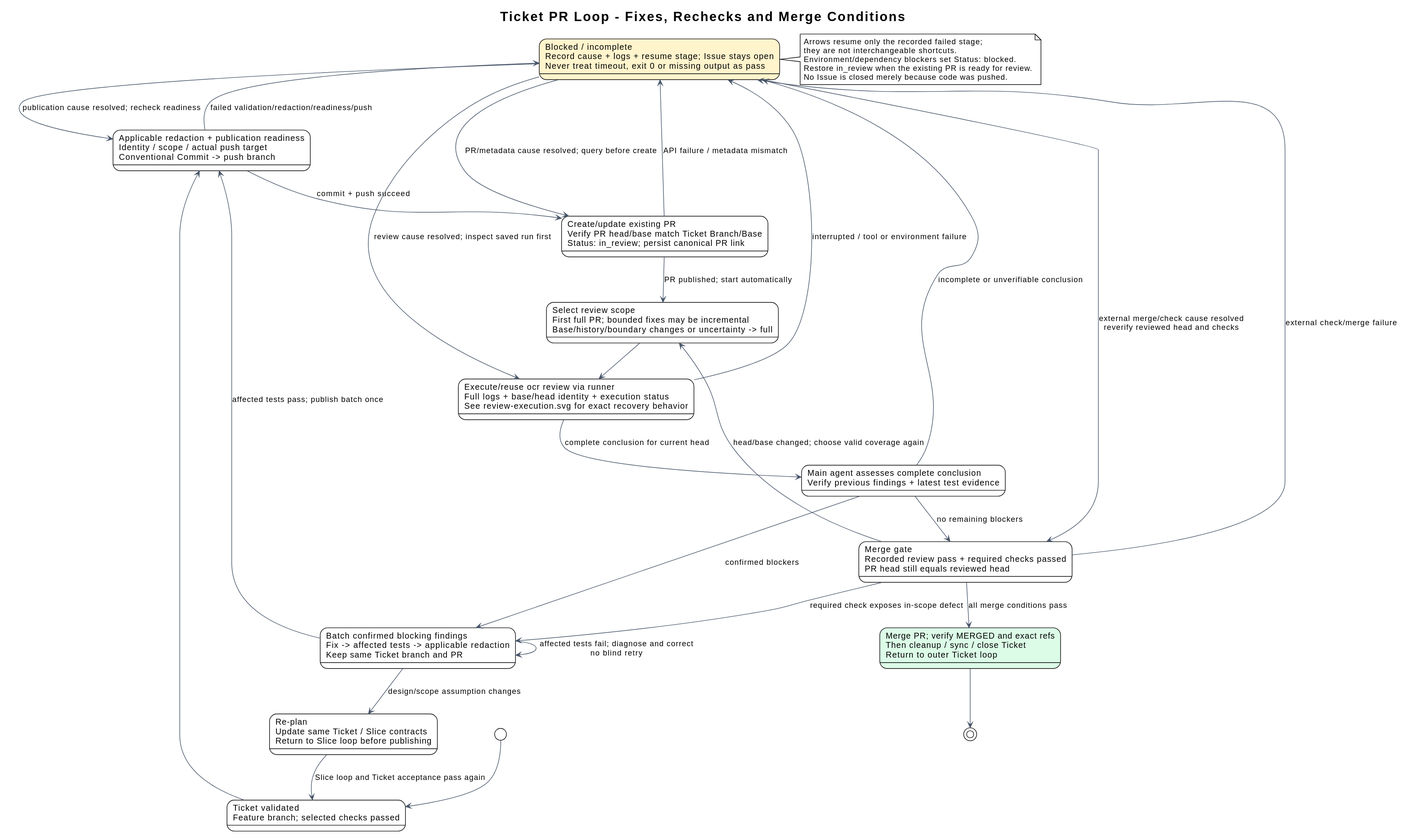
Above: docs/diagrams/ticket-review-loop.svg in i-zrhe2016/codex-development-workflow (PlantUML), before the change.
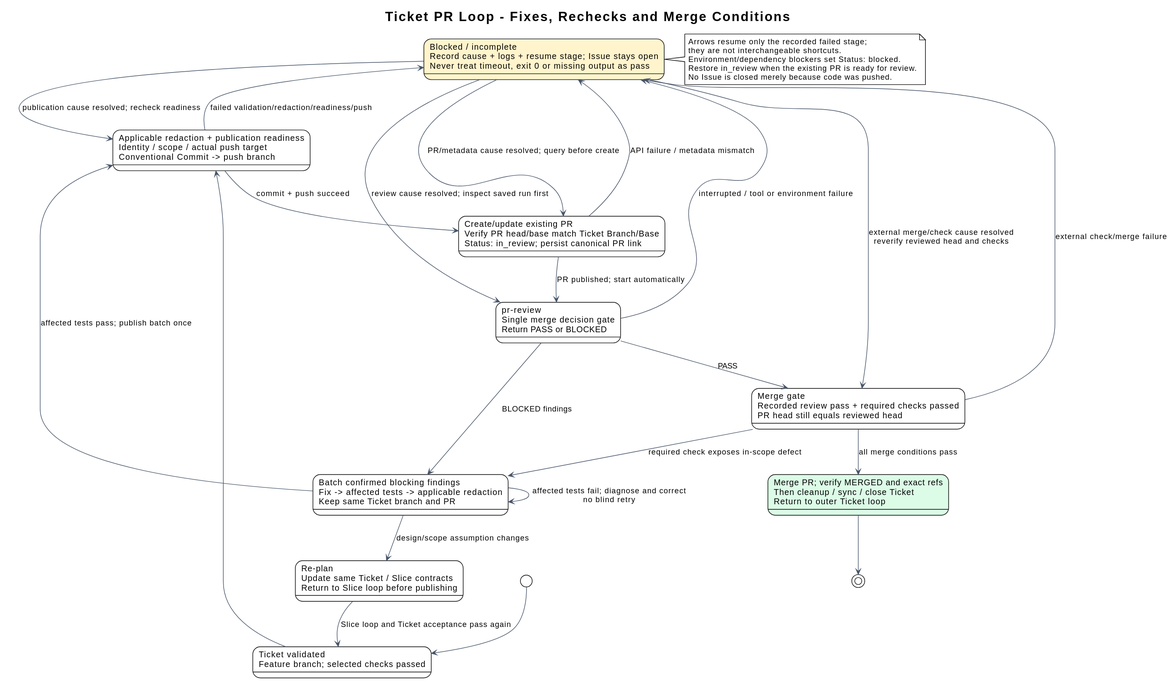
The same file after the commit.

Change to the diagram source:
```diff
@@ -8,9 +8,7 @@
 state "Ticket validated\nFeature branch; selected checks passed" as ready
 state "Applicable redaction + publication readiness\nIdentity / scope / actual push target\nConventional Commit -> push branch" as publish
 state "Create/update existing PR\nVerify PR head/base match Ticket Branch/Base\nStatus: in_review; persist canonical PR link" as pr
-state "Select review scope\nFirst full PR; bounded fixes may be incremental\nBase/history/boundary changes or uncertainty -> full" as scope
-state "Execute/reuse ocr review via runner\nFull logs + base/head identity + execution status\nSee review-execution.svg for exact recovery behavior" as review
-state "Main agent assesses complete conclusion\nVerify previous findings + latest test evidence" as assess
+state "pr-review\nSingle merge decision gate\nReturn PASS or BLOCKED" as review
 state "Batch confirmed blocking findings\nFix -> affected tests -> applicable redaction\nKeep same Ticket branch and PR" as fix
 state "Blocked / incomplete\nRecord cause + logs + resume stage; Issue stays open\nNever treat timeout, exit 0 or missing output as pass" as blocked #FFF4CC
 state "Merge gate\nRecorded review pass + required checks passed\nPR head still equals reviewed head" as gate
@@ -22,21 +20,17 @@
 publish --> pr : commit + push succeed
 publish --> blocked : failed validation/redaction/readiness/push
 pr --> blocked : API failure / metadata mismatch
-pr --> scope : PR published; start automatically
-scope --> review
-review --> assess : complete conclusion for current head
+pr --> review : PR published; start automatically
 review --> blocked : interrupted / tool or environment failure
 blocked --> publish : publication cause resolved; recheck readiness
 blocked --> pr : PR/metadata cause resolved; query before create
 blocked --> review : review cause resolved; inspect saved run first
-assess --> fix : confirmed blockers
+review --> fix : BLOCKED findings
 fix --> fix : affected tests fail; diagnose and correct\nno blind retry
 fix --> publish : affected tests pass; publish batch once
 fix --> replan : design/scope assumption changes
 replan --> ready : Slice loop and Ticket acceptance pass again
-assess --> blocked : incomplete or unverifiable conclusion
-assess --> gate : no remaining blockers
-gate --> scope : head/base changed; choose valid coverage again
+review --> gate : PASS
 gate --> fix : required check exposes in-scope defect
 gate --> blocked : external check/merge failure
 blocked --> gate : external merge/check cause resolved\nreverify reviewed head and checks
```
